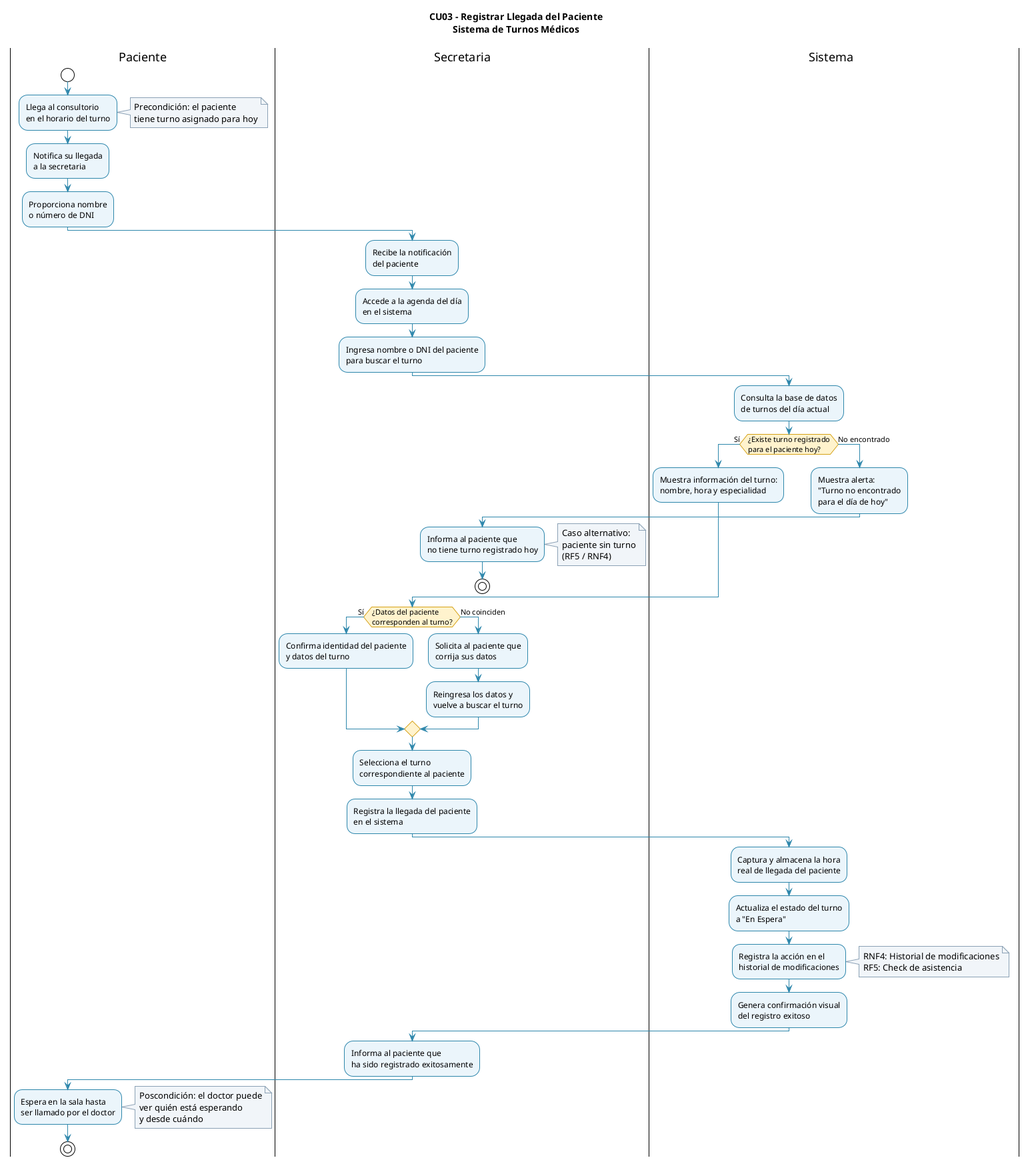
Before: diagramas/04-diagramas-actividades/04-actividad-registrar-llegada-03.png, a diagram exported from PlantUML (FacundoGuiraldes/SistemaTurnosMedicos). Source of this version:
```plantuml
@startuml 04-actividad-registrar-llegada-03
!theme plain
title CU03 - Registrar Llegada del Paciente\nSistema de Turnos Médicos

skinparam swimlaneWidth 220
skinparam ActivityBackgroundColor #EAF4FB
skinparam ActivityBorderColor #2E86AB
skinparam ArrowColor #2E86AB
skinparam ActivityDiamondBackgroundColor #FFF3CD
skinparam ActivityDiamondBorderColor #D4A017
skinparam NoteBackgroundColor #F0F4F8
skinparam NoteBorderColor #8BA0B4
skinparam TitleFontSize 14
skinparam TitleFontStyle bold

|Paciente|
start
:Llega al consultorio\nen el horario del turno;
note right
  Precondición: el paciente
  tiene turno asignado para hoy
end note
:Notifica su llegada\na la secretaria;
:Proporciona nombre\no número de DNI;

|Secretaria|
:Recibe la notificación\ndel paciente;
:Accede a la agenda del día\nen el sistema;
:Ingresa nombre o DNI del paciente\npara buscar el turno;

|Sistema|
:Consulta la base de datos\nde turnos del día actual;

if (¿Existe turno registrado\npara el paciente hoy?) then (Sí)
  :Muestra información del turno:\nnombre, hora y especialidad;
else (No encontrado)
  :Muestra alerta:\n"Turno no encontrado\npara el día de hoy";
  |Secretaria|
  :Informa al paciente que\nno tiene turno registrado hoy;
  note right
    Caso alternativo:
    paciente sin turno
    (RF5 / RNF4)
  end note
  stop
endif

|Secretaria|
if (¿Datos del paciente\ncorresponden al turno?) then (Sí)
  :Confirma identidad del paciente\ny datos del turno;
else (No coinciden)
  :Solicita al paciente que\ncorrija sus datos;
  :Reingresa los datos y\nvuelve a buscar el turno;
endif

:Selecciona el turno\ncorrespondiente al paciente;
:Registra la llegada del paciente\nen el sistema;

|Sistema|
:Captura y almacena la hora\nreal de llegada del paciente;
:Actualiza el estado del turno\na "En Espera";
:Registra la acción en el\nhistorial de modificaciones;
note right
  RNF4: Historial de modificaciones
  RF5: Check de asistencia
end note
:Genera confirmación visual\ndel registro exitoso;

|Secretaria|
:Informa al paciente que\nha sido registrado exitosamente;

|Paciente|
:Espera en la sala hasta\nser llamado por el doctor;
note right
  Poscondición: el doctor puede
  ver quién está esperando
  y desde cuándo
end note

stop
@enduml
```
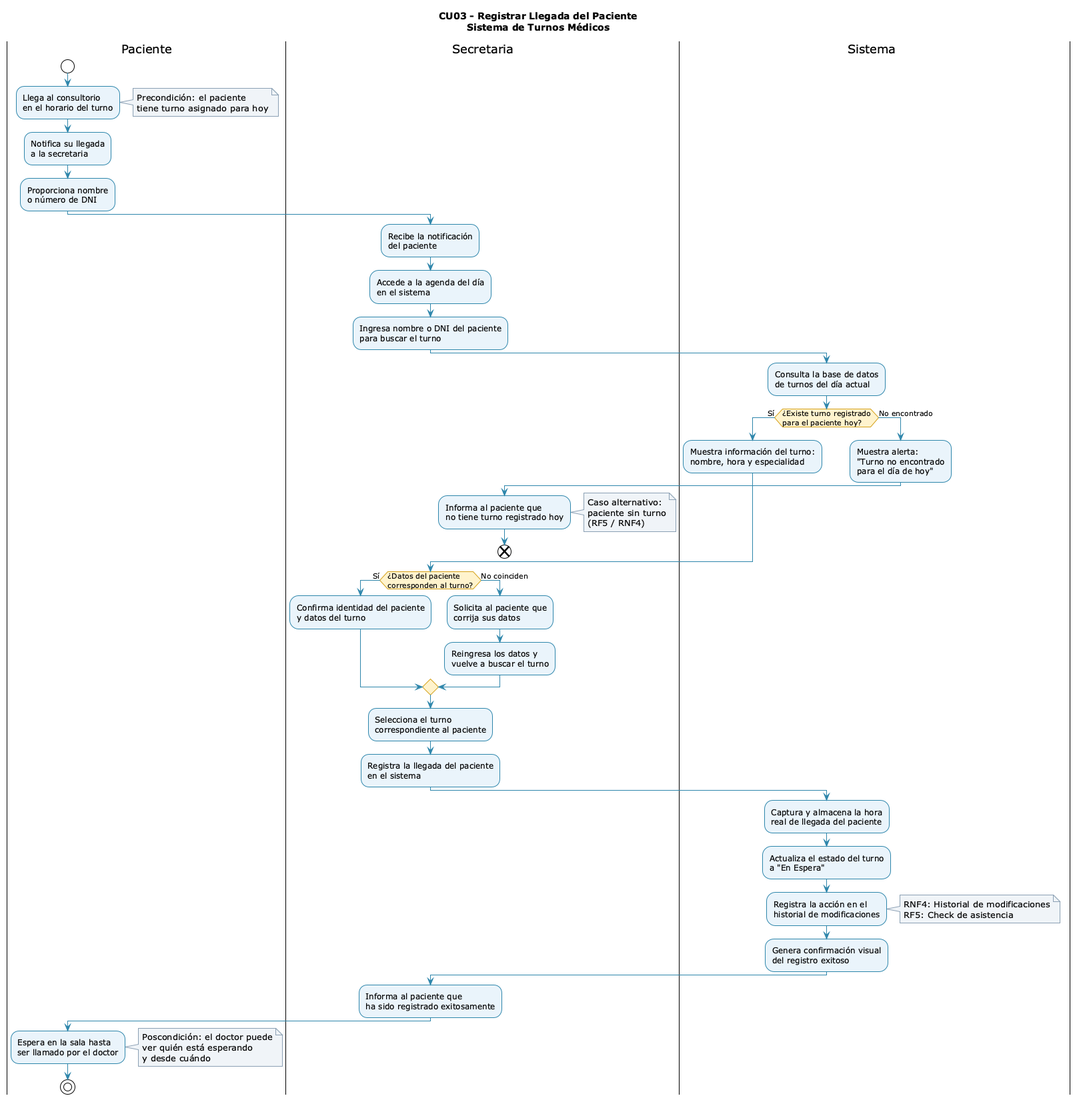
The same diagram one commit later.

Commit message:
fix(diagramas): regenerar PNG CU03 tras cambio END (RCN1)

El PNG quedaba desactualizado respecto al .puml tras unificar el cierre del flujo alternativo.

Diff of the diagram source:
```diff
@@ -42,7 +42,7 @@
     paciente sin turno
     (RF5 / RNF4)
   end note
-  stop
+  END
 endif
 
 |Secretaria|
```
